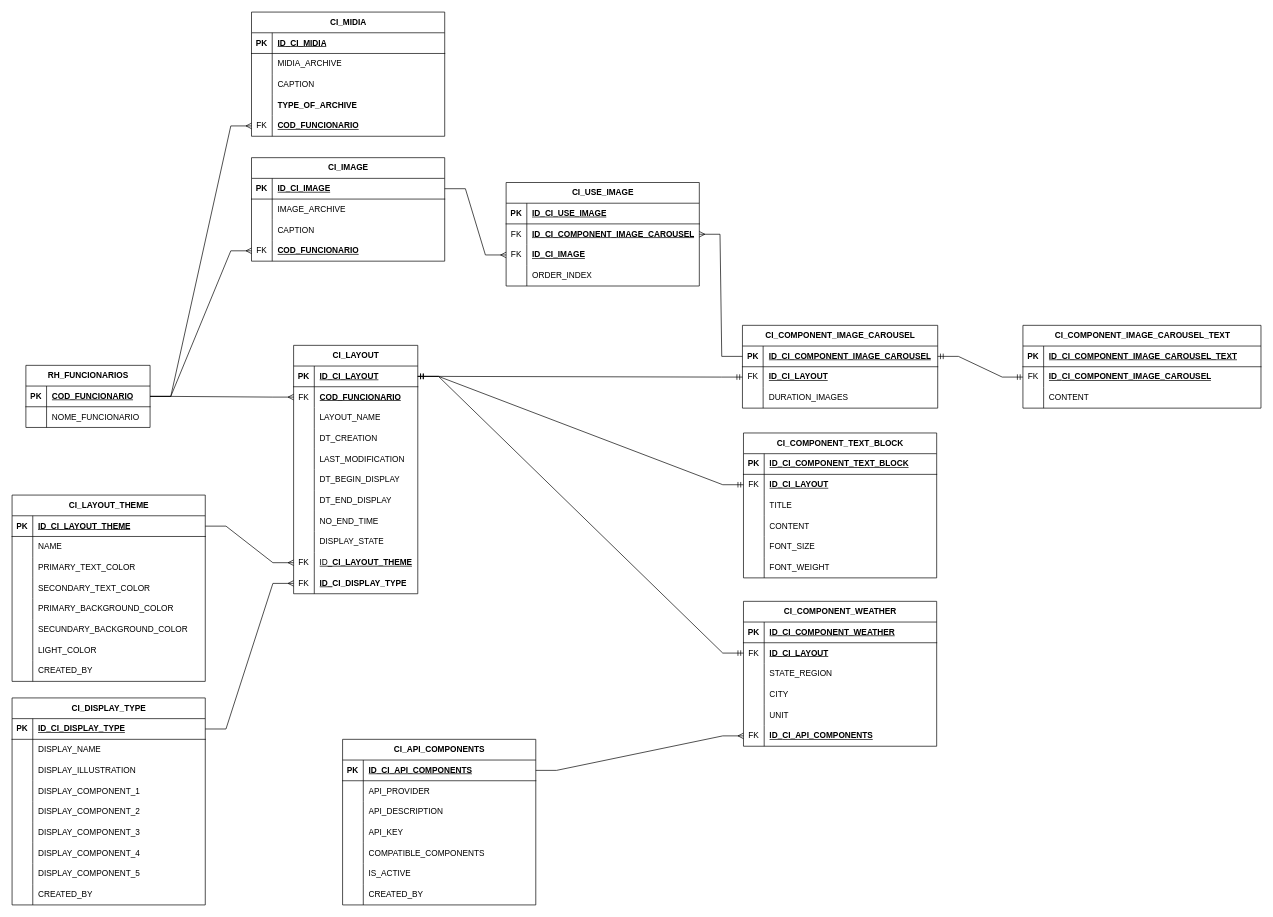
The draw.io diagram publicidade_sistem/Diagrama_Publicidade_SEMAE.drawio in giovaniGuidetti/PHP_with_docker, before the edit. Source tidied: cells renumbered, new cells numbered last; positions are measured from the earlier drawing's top-left corner, leaving out a move shared by most shapes. Both pictures are drawn from the tidied source at 69%, with x=0, y=0 at pixel (12, 12).
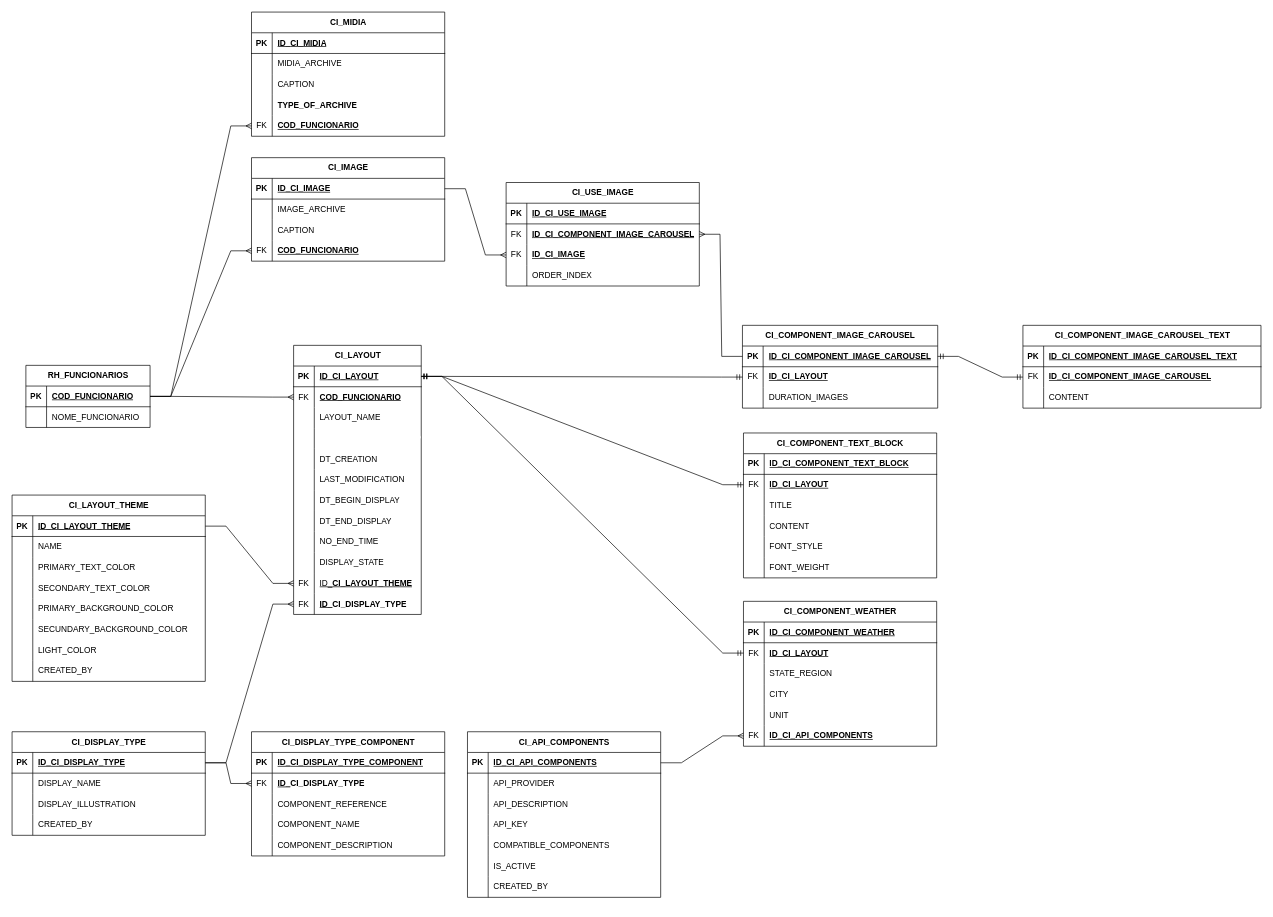
The same page after the edit.

Commit message (it also covers changes not shown here):
Mudanças publicidade

The change refers to these unchanged cells:
```xml
<mxCell id="130" style="shape=tableRow;horizontal=0;startSize=0;swimlaneHead=0;swimlaneBody=0;fillColor=none;top=0;left=0;right=0;bottom=0;" parent="117" vertex="1">
  <mxGeometry y="150" width="280" height="30" as="geometry" />
</mxCell>
<mxCell id="202" style="shape=tableRow;horizontal=0;startSize=0;swimlaneHead=0;swimlaneBody=0;fillColor=none;points=[[0,0.5],[1,0.5]];portConstraint=eastwest;top=0;left=0;right=0;bottom=1;" parent="201" vertex="1">
  <mxGeometry y="30" width="280" height="30" as="geometry" />
</mxCell>
```

What changed in the source:
```diff
@@
     <mxCell id="2" value="CI_LAYOUT" style="shape=table;startSize=30;childLayout=tableLayout;rowLines=0;fontStyle=1;align=center;html=1;" parent="1" vertex="1">
-      <mxGeometry x="408" y="483" width="180" height="360" as="geometry" />
+      <mxGeometry x="408" y="483" width="185" height="390" as="geometry" />
     </mxCell>
     <mxCell id="3" style="shape=tableRow;horizontal=0;startSize=0;swimlaneHead=0;swimlaneBody=0;fillColor=none;points=[[0,0.5],[1,0.5]];portConstraint=eastwest;top=0;left=0;right=0;bottom=1;" parent="2" vertex="1">
-      <mxGeometry y="30" width="180" height="30" as="geometry" />
+      <mxGeometry y="30" width="185" height="30" as="geometry" />
     </mxCell>
@@
     <mxCell id="5" value="ID_CI_LAYOUT" style="shape=partialRectangle;fillColor=none;top=0;left=0;bottom=0;right=0;align=left;spacingLeft=6;fontStyle=5;overflow=hidden;whiteSpace=wrap;html=1;" parent="3" vertex="1">
-      <mxGeometry x="30" width="150" height="30" as="geometry" />
+      <mxGeometry x="30" width="155" height="30" as="geometry" />
     </mxCell>
     <mxCell id="6" style="shape=tableRow;horizontal=0;startSize=0;swimlaneHead=0;swimlaneBody=0;fillColor=none;points=[[0,0.5],[1,0.5]];portConstraint=eastwest;top=0;left=0;right=0;bottom=0;" parent="2" vertex="1">
-      <mxGeometry y="60" width="180" height="30" as="geometry" />
+      <mxGeometry y="60" width="185" height="30" as="geometry" />
     </mxCell>
@@
     <mxCell id="8" value="&lt;span style=&quot;font-weight: 700; text-decoration-line: underline;&quot;&gt;COD_FUNCIONARIO&lt;/span&gt;" style="shape=partialRectangle;fillColor=none;top=0;left=0;bottom=0;right=0;align=left;spacingLeft=6;fontStyle=0;overflow=hidden;whiteSpace=wrap;html=1;" parent="6" vertex="1">
-      <mxGeometry x="30" width="150" height="30" as="geometry" />
+      <mxGeometry x="30" width="155" height="30" as="geometry" />
     </mxCell>
     <mxCell id="9" style="shape=tableRow;horizontal=0;startSize=0;swimlaneHead=0;swimlaneBody=0;fillColor=none;top=0;left=0;right=0;bottom=0;" parent="2" vertex="1">
-      <mxGeometry y="90" width="180" height="30" as="geometry" />
+      <mxGeometry y="90" width="185" height="30" as="geometry" />
     </mxCell>
@@
     <mxCell id="11" value="LAYOUT_NAME" style="shape=partialRectangle;fillColor=none;top=0;left=0;bottom=0;right=0;align=left;spacingLeft=6;overflow=hidden;whiteSpace=wrap;html=1;" parent="9" vertex="1">
-      <mxGeometry x="30" width="150" height="30" as="geometry" />
+      <mxGeometry x="30" width="155" height="30" as="geometry" />
     </mxCell>
+    <mxCell id="230" style="shape=tableRow;horizontal=0;startSize=0;swimlaneHead=0;swimlaneBody=0;fillColor=none;top=0;left=0;right=0;bottom=0;" parent="2" vertex="1">
+      <mxGeometry y="120" width="185" height="30" as="geometry" />
+    </mxCell>
+    <mxCell id="231" style="shape=partialRectangle;fillColor=none;top=0;left=0;bottom=0;right=0;overflow=hidden;whiteSpace=wrap;html=1;" parent="230" vertex="1">
+      <mxGeometry width="30" height="30" as="geometry" />
+    </mxCell>
+    <mxCell id="232" value="&lt;div style=&quot;font-family: Consolas, &amp;quot;Courier New&amp;quot;, monospace; font-size: 14px; line-height: 19px; white-space: pre;&quot;&gt;&lt;span&gt;&lt;font style=&quot;color: rgb(255, 255, 255); line-height: 120%;&quot;&gt;LAYOUT_DESCRIPTION&lt;/font&gt;&lt;/span&gt;&lt;/div&gt;" style="shape=partialRectangle;fillColor=none;top=0;left=0;bottom=0;right=0;align=left;spacingLeft=6;overflow=hidden;whiteSpace=wrap;html=1;" parent="230" vertex="1">
+      <mxGeometry x="30" width="155" height="30" as="geometry" />
+    </mxCell>
     <mxCell id="12" style="shape=tableRow;horizontal=0;startSize=0;swimlaneHead=0;swimlaneBody=0;fillColor=none;top=0;left=0;right=0;bottom=0;" parent="2" vertex="1">
-      <mxGeometry y="120" width="180" height="30" as="geometry" />
+      <mxGeometry y="150" width="185" height="30" as="geometry" />
     </mxCell>
@@
     <mxCell id="14" value="DT_CREATION" style="shape=partialRectangle;fillColor=none;top=0;left=0;bottom=0;right=0;align=left;spacingLeft=6;overflow=hidden;whiteSpace=wrap;html=1;" parent="12" vertex="1">
-      <mxGeometry x="30" width="150" height="30" as="geometry" />
+      <mxGeometry x="30" width="155" height="30" as="geometry" />
     </mxCell>
     <mxCell id="15" style="shape=tableRow;horizontal=0;startSize=0;swimlaneHead=0;swimlaneBody=0;fillColor=none;top=0;left=0;right=0;bottom=0;" parent="2" vertex="1">
-      <mxGeometry y="150" width="180" height="30" as="geometry" />
+      <mxGeometry y="180" width="185" height="30" as="geometry" />
     </mxCell>
@@
     <mxCell id="17" value="LAST_MODIFICATION" style="shape=partialRectangle;fillColor=none;top=0;left=0;bottom=0;right=0;align=left;spacingLeft=6;overflow=hidden;whiteSpace=wrap;html=1;" parent="15" vertex="1">
-      <mxGeometry x="30" width="150" height="30" as="geometry" />
+      <mxGeometry x="30" width="155" height="30" as="geometry" />
     </mxCell>
     <mxCell id="18" style="shape=tableRow;horizontal=0;startSize=0;swimlaneHead=0;swimlaneBody=0;fillColor=none;top=0;left=0;right=0;bottom=0;" parent="2" vertex="1">
-      <mxGeometry y="180" width="180" height="30" as="geometry" />
+      <mxGeometry y="210" width="185" height="30" as="geometry" />
     </mxCell>
@@
     <mxCell id="20" value="DT_BEGIN_DISPLAY" style="shape=partialRectangle;fillColor=none;top=0;left=0;bottom=0;right=0;align=left;spacingLeft=6;overflow=hidden;whiteSpace=wrap;html=1;" parent="18" vertex="1">
-      <mxGeometry x="30" width="150" height="30" as="geometry" />
+      <mxGeometry x="30" width="155" height="30" as="geometry" />
     </mxCell>
     <mxCell id="21" style="shape=tableRow;horizontal=0;startSize=0;swimlaneHead=0;swimlaneBody=0;fillColor=none;top=0;left=0;right=0;bottom=0;" parent="2" vertex="1">
-      <mxGeometry y="210" width="180" height="30" as="geometry" />
+      <mxGeometry y="240" width="185" height="30" as="geometry" />
     </mxCell>
@@
     <mxCell id="23" value="DT_END_DISPLAY" style="shape=partialRectangle;fillColor=none;top=0;left=0;bottom=0;right=0;align=left;spacingLeft=6;overflow=hidden;whiteSpace=wrap;html=1;" parent="21" vertex="1">
-      <mxGeometry x="30" width="150" height="30" as="geometry" />
+      <mxGeometry x="30" width="155" height="30" as="geometry" />
     </mxCell>
     <mxCell id="24" style="shape=tableRow;horizontal=0;startSize=0;swimlaneHead=0;swimlaneBody=0;fillColor=none;top=0;left=0;right=0;bottom=0;" parent="2" vertex="1">
-      <mxGeometry y="240" width="180" height="30" as="geometry" />
+      <mxGeometry y="270" width="185" height="30" as="geometry" />
     </mxCell>
@@
     <mxCell id="26" value="NO_END_TIME" style="shape=partialRectangle;fillColor=none;top=0;left=0;bottom=0;right=0;align=left;spacingLeft=6;overflow=hidden;whiteSpace=wrap;html=1;" parent="24" vertex="1">
-      <mxGeometry x="30" width="150" height="30" as="geometry" />
+      <mxGeometry x="30" width="155" height="30" as="geometry" />
     </mxCell>
     <mxCell id="27" style="shape=tableRow;horizontal=0;startSize=0;swimlaneHead=0;swimlaneBody=0;fillColor=none;top=0;left=0;right=0;bottom=0;" parent="2" vertex="1">
-      <mxGeometry y="270" width="180" height="30" as="geometry" />
+      <mxGeometry y="300" width="185" height="30" as="geometry" />
     </mxCell>
@@
     <mxCell id="29" value="DISPLAY_STATE" style="shape=partialRectangle;fillColor=none;top=0;left=0;bottom=0;right=0;align=left;spacingLeft=6;overflow=hidden;whiteSpace=wrap;html=1;" parent="27" vertex="1">
-      <mxGeometry x="30" width="150" height="30" as="geometry" />
+      <mxGeometry x="30" width="155" height="30" as="geometry" />
     </mxCell>
     <mxCell id="30" style="shape=tableRow;horizontal=0;startSize=0;swimlaneHead=0;swimlaneBody=0;fillColor=none;points=[[0,0.5],[1,0.5]];portConstraint=eastwest;top=0;left=0;right=0;bottom=0;" parent="2" vertex="1">
-      <mxGeometry y="300" width="180" height="30" as="geometry" />
+      <mxGeometry y="330" width="185" height="30" as="geometry" />
     </mxCell>
@@
     <mxCell id="32" value="&lt;u&gt;ID_&lt;span style=&quot;text-wrap-mode: nowrap; font-weight: 700; text-align: center;&quot;&gt;CI_LAYOUT_THEME&lt;/span&gt;&lt;/u&gt;" style="shape=partialRectangle;fillColor=none;top=0;left=0;bottom=0;right=0;align=left;spacingLeft=6;overflow=hidden;whiteSpace=wrap;html=1;" parent="30" vertex="1">
-      <mxGeometry x="30" width="150" height="30" as="geometry" />
+      <mxGeometry x="30" width="155" height="30" as="geometry" />
     </mxCell>
     <mxCell id="33" style="shape=tableRow;horizontal=0;startSize=0;swimlaneHead=0;swimlaneBody=0;fillColor=none;points=[[0,0.5],[1,0.5]];portConstraint=eastwest;top=0;left=0;right=0;bottom=0;" parent="2" vertex="1">
-      <mxGeometry y="330" width="180" height="30" as="geometry" />
+      <mxGeometry y="360" width="185" height="30" as="geometry" />
     </mxCell>
@@
     <mxCell id="35" value="&lt;span style=&quot;font-weight: 700; text-decoration-line: underline;&quot;&gt;ID_&lt;/span&gt;&lt;span style=&quot;font-weight: 700; text-wrap-mode: nowrap; text-align: center;&quot;&gt;CI_DISPLAY_TYPE&lt;/span&gt;" style="shape=partialRectangle;fillColor=none;top=0;left=0;bottom=0;right=0;align=left;spacingLeft=6;fontStyle=0;overflow=hidden;whiteSpace=wrap;html=1;" parent="33" vertex="1">
-      <mxGeometry x="30" width="150" height="30" as="geometry" />
+      <mxGeometry x="30" width="155" height="30" as="geometry" />
     </mxCell>
@@
-    <mxCell id="132" value="FONT_SIZE" style="shape=partialRectangle;fillColor=none;top=0;left=0;bottom=0;right=0;align=left;spacingLeft=6;overflow=hidden;whiteSpace=wrap;html=1;" parent="130" vertex="1">
+    <mxCell id="132" value="FONT_STYLE" style="shape=partialRectangle;fillColor=none;top=0;left=0;bottom=0;right=0;align=left;spacingLeft=6;overflow=hidden;whiteSpace=wrap;html=1;" parent="130" vertex="1">
       <mxGeometry x="30" width="250" height="30" as="geometry" />
     </mxCell>
@@
     <mxCell id="177" value="CI_API_COMPONENTS" style="shape=table;startSize=30;childLayout=tableLayout;rowLines=0;fontStyle=1;align=center;html=1;" parent="1" vertex="1">
-      <mxGeometry x="479" y="1054" width="280" height="240" as="geometry" />
+      <mxGeometry x="660" y="1043" width="280" height="240" as="geometry" />
     </mxCell>
@@
     <mxCell id="201" value="CI_DISPLAY_TYPE" style="shape=table;startSize=30;childLayout=tableLayout;rowLines=0;fontStyle=1;align=center;html=1;" parent="1" vertex="1">
-      <mxGeometry y="994" width="280" height="300" as="geometry" />
+      <mxGeometry y="1043" width="280" height="150.1" as="geometry" />
     </mxCell>
@@
-    <mxCell id="211" style="shape=tableRow;horizontal=0;startSize=0;swimlaneHead=0;swimlaneBody=0;fillColor=none;top=0;left=0;right=0;bottom=0;" parent="201" vertex="1">
-      <mxGeometry y="120" width="280" height="30" as="geometry" />
-    </mxCell>
-    <mxCell id="212" style="shape=partialRectangle;fillColor=none;top=0;left=0;bottom=0;right=0;overflow=hidden;whiteSpace=wrap;html=1;" parent="211" vertex="1">
-      <mxGeometry width="30" height="30" as="geometry" />
-    </mxCell>
-    <mxCell id="213" value="DISPLAY_COMPONENT_1" style="shape=partialRectangle;fillColor=none;top=0;left=0;bottom=0;right=0;align=left;spacingLeft=6;overflow=hidden;whiteSpace=wrap;html=1;" parent="211" vertex="1">
-      <mxGeometry x="30" width="250" height="30" as="geometry" />
-    </mxCell>
-    <mxCell id="214" style="shape=tableRow;horizontal=0;startSize=0;swimlaneHead=0;swimlaneBody=0;fillColor=none;top=0;left=0;right=0;bottom=0;" parent="201" vertex="1">
-      <mxGeometry y="150" width="280" height="30" as="geometry" />
-    </mxCell>
-    <mxCell id="215" style="shape=partialRectangle;fillColor=none;top=0;left=0;bottom=0;right=0;overflow=hidden;whiteSpace=wrap;html=1;" parent="214" vertex="1">
-      <mxGeometry width="30" height="30" as="geometry" />
-    </mxCell>
-    <mxCell id="216" value="DISPLAY_COMPONENT_2" style="shape=partialRectangle;fillColor=none;top=0;left=0;bottom=0;right=0;align=left;spacingLeft=6;overflow=hidden;whiteSpace=wrap;html=1;" parent="214" vertex="1">
-      <mxGeometry x="30" width="250" height="30" as="geometry" />
-    </mxCell>
-    <mxCell id="217" style="shape=tableRow;horizontal=0;startSize=0;swimlaneHead=0;swimlaneBody=0;fillColor=none;top=0;left=0;right=0;bottom=0;" parent="201" vertex="1">
-      <mxGeometry y="180" width="280" height="30" as="geometry" />
-    </mxCell>
-    <mxCell id="218" style="shape=partialRectangle;fillColor=none;top=0;left=0;bottom=0;right=0;overflow=hidden;whiteSpace=wrap;html=1;" parent="217" vertex="1">
-      <mxGeometry width="30" height="30" as="geometry" />
-    </mxCell>
-    <mxCell id="219" value="DISPLAY_COMPONENT_3" style="shape=partialRectangle;fillColor=none;top=0;left=0;bottom=0;right=0;align=left;spacingLeft=6;overflow=hidden;whiteSpace=wrap;html=1;" parent="217" vertex="1">
-      <mxGeometry x="30" width="250" height="30" as="geometry" />
-    </mxCell>
-    <mxCell id="220" style="shape=tableRow;horizontal=0;startSize=0;swimlaneHead=0;swimlaneBody=0;fillColor=none;top=0;left=0;right=0;bottom=0;" parent="201" vertex="1">
-      <mxGeometry y="210" width="280" height="30" as="geometry" />
-    </mxCell>
-    <mxCell id="221" style="shape=partialRectangle;fillColor=none;top=0;left=0;bottom=0;right=0;overflow=hidden;whiteSpace=wrap;html=1;" parent="220" vertex="1">
-      <mxGeometry width="30" height="30" as="geometry" />
-    </mxCell>
-    <mxCell id="222" value="DISPLAY_COMPONENT_4" style="shape=partialRectangle;fillColor=none;top=0;left=0;bottom=0;right=0;align=left;spacingLeft=6;overflow=hidden;whiteSpace=wrap;html=1;" parent="220" vertex="1">
-      <mxGeometry x="30" width="250" height="30" as="geometry" />
-    </mxCell>
-    <mxCell id="223" style="shape=tableRow;horizontal=0;startSize=0;swimlaneHead=0;swimlaneBody=0;fillColor=none;top=0;left=0;right=0;bottom=0;" parent="201" vertex="1">
-      <mxGeometry y="240" width="280" height="30" as="geometry" />
-    </mxCell>
-    <mxCell id="224" style="shape=partialRectangle;fillColor=none;top=0;left=0;bottom=0;right=0;overflow=hidden;whiteSpace=wrap;html=1;" parent="223" vertex="1">
-      <mxGeometry width="30" height="30" as="geometry" />
-    </mxCell>
-    <mxCell id="225" value="DISPLAY_COMPONENT_5" style="shape=partialRectangle;fillColor=none;top=0;left=0;bottom=0;right=0;align=left;spacingLeft=6;overflow=hidden;whiteSpace=wrap;html=1;" parent="223" vertex="1">
-      <mxGeometry x="30" width="250" height="30" as="geometry" />
-    </mxCell>
-    <mxCell id="226" style="shape=tableRow;horizontal=0;startSize=0;swimlaneHead=0;swimlaneBody=0;fillColor=none;top=0;left=0;right=0;bottom=0;" parent="201" vertex="1">
-      <mxGeometry y="270" width="280" height="30" as="geometry" />
-    </mxCell>
-    <mxCell id="227" style="shape=partialRectangle;fillColor=none;top=0;left=0;bottom=0;right=0;overflow=hidden;whiteSpace=wrap;html=1;" parent="226" vertex="1">
-      <mxGeometry width="30" height="30" as="geometry" />
-    </mxCell>
+    <mxCell id="233" style="shape=tableRow;horizontal=0;startSize=0;swimlaneHead=0;swimlaneBody=0;fillColor=none;top=0;left=0;right=0;bottom=0;" parent="201" vertex="1">
+      <mxGeometry y="120" width="280" height="30" as="geometry" />
+    </mxCell>
+    <mxCell id="234" style="shape=partialRectangle;fillColor=none;top=0;left=0;bottom=0;right=0;overflow=hidden;whiteSpace=wrap;html=1;" parent="233" vertex="1">
+      <mxGeometry width="30" height="30" as="geometry" />
+    </mxCell>
-    <mxCell id="228" value="CREATED_BY" style="shape=partialRectangle;fillColor=none;top=0;left=0;bottom=0;right=0;align=left;spacingLeft=6;overflow=hidden;whiteSpace=wrap;html=1;" parent="226" vertex="1">
+    <mxCell id="228" value="CREATED_BY" style="shape=partialRectangle;fillColor=none;top=0;left=0;bottom=0;right=0;align=left;spacingLeft=6;overflow=hidden;whiteSpace=wrap;html=1;" parent="233" vertex="1">
       <mxGeometry x="30" width="250" height="30" as="geometry" />
     </mxCell>
@@
+    <mxCell id="235" value="CI_DISPLAY_TYPE_COMPONENT" style="shape=table;startSize=30;childLayout=tableLayout;rowLines=0;fontStyle=1;align=center;html=1;" parent="1" vertex="1">
+      <mxGeometry x="347" y="1043" width="280" height="180" as="geometry" />
+    </mxCell>
+    <mxCell id="236" style="shape=tableRow;horizontal=0;startSize=0;swimlaneHead=0;swimlaneBody=0;fillColor=none;top=0;left=0;right=0;bottom=1;" parent="235" vertex="1">
+      <mxGeometry y="30" width="280" height="30" as="geometry" />
+    </mxCell>
+    <mxCell id="237" value="PK" style="shape=partialRectangle;fillColor=none;top=0;left=0;bottom=0;right=0;fontStyle=1;overflow=hidden;whiteSpace=wrap;html=1;" parent="236" vertex="1">
+      <mxGeometry width="30" height="30" as="geometry" />
+    </mxCell>
+    <mxCell id="238" value="ID_&lt;span style=&quot;text-align: center; text-wrap-mode: nowrap;&quot;&gt;CI_DISPLAY_TYPE_COMPONENT&lt;/span&gt;" style="shape=partialRectangle;fillColor=none;top=0;left=0;bottom=0;right=0;align=left;spacingLeft=6;fontStyle=5;overflow=hidden;whiteSpace=wrap;html=1;" parent="236" vertex="1">
+      <mxGeometry x="30" width="250" height="30" as="geometry" />
+    </mxCell>
+    <mxCell id="239" style="shape=tableRow;horizontal=0;startSize=0;swimlaneHead=0;swimlaneBody=0;fillColor=none;points=[[0,0.5],[1,0.5]];portConstraint=eastwest;top=0;left=0;right=0;bottom=0;" parent="235" vertex="1">
+      <mxGeometry y="60" width="280" height="30" as="geometry" />
+    </mxCell>
+    <mxCell id="240" value="FK" style="shape=partialRectangle;fillColor=none;top=0;left=0;bottom=0;right=0;overflow=hidden;whiteSpace=wrap;html=1;" parent="239" vertex="1">
+      <mxGeometry width="30" height="30" as="geometry" />
+    </mxCell>
+    <mxCell id="241" value="&lt;span style=&quot;font-weight: 700; text-decoration-line: underline;&quot;&gt;ID_&lt;/span&gt;&lt;span style=&quot;font-weight: 700; text-wrap-mode: nowrap; text-align: center;&quot;&gt;CI_DISPLAY_TYPE&lt;/span&gt;" style="shape=partialRectangle;fillColor=none;top=0;left=0;bottom=0;right=0;align=left;spacingLeft=6;overflow=hidden;whiteSpace=wrap;html=1;" parent="239" vertex="1">
+      <mxGeometry x="30" width="250" height="30" as="geometry" />
+    </mxCell>
+    <mxCell id="242" style="shape=tableRow;horizontal=0;startSize=0;swimlaneHead=0;swimlaneBody=0;fillColor=none;top=0;left=0;right=0;bottom=0;" parent="235" vertex="1">
+      <mxGeometry y="90" width="280" height="30" as="geometry" />
+    </mxCell>
+    <mxCell id="243" style="shape=partialRectangle;fillColor=none;top=0;left=0;bottom=0;right=0;overflow=hidden;whiteSpace=wrap;html=1;" parent="242" vertex="1">
+      <mxGeometry width="30" height="30" as="geometry" />
+    </mxCell>
+    <mxCell id="244" value="COMPONENT_REFERENCE" style="shape=partialRectangle;fillColor=none;top=0;left=0;bottom=0;right=0;align=left;spacingLeft=6;overflow=hidden;whiteSpace=wrap;html=1;" parent="242" vertex="1">
+      <mxGeometry x="30" width="250" height="30" as="geometry" />
+    </mxCell>
+    <mxCell id="245" style="shape=tableRow;horizontal=0;startSize=0;swimlaneHead=0;swimlaneBody=0;fillColor=none;top=0;left=0;right=0;bottom=0;" parent="235" vertex="1">
+      <mxGeometry y="120" width="280" height="30" as="geometry" />
+    </mxCell>
+    <mxCell id="246" style="shape=partialRectangle;fillColor=none;top=0;left=0;bottom=0;right=0;overflow=hidden;whiteSpace=wrap;html=1;" parent="245" vertex="1">
+      <mxGeometry width="30" height="30" as="geometry" />
+    </mxCell>
+    <mxCell id="247" value="COMPONENT_NAME" style="shape=partialRectangle;fillColor=none;top=0;left=0;bottom=0;right=0;align=left;spacingLeft=6;overflow=hidden;whiteSpace=wrap;html=1;" parent="245" vertex="1">
+      <mxGeometry x="30" width="250" height="30" as="geometry" />
+    </mxCell>
+    <mxCell id="214" style="shape=tableRow;horizontal=0;startSize=0;swimlaneHead=0;swimlaneBody=0;fillColor=none;top=0;left=0;right=0;bottom=0;" parent="235" vertex="1">
+      <mxGeometry y="150" width="280" height="30" as="geometry" />
+    </mxCell>
+    <mxCell id="248" style="shape=partialRectangle;fillColor=none;top=0;left=0;bottom=0;right=0;overflow=hidden;whiteSpace=wrap;html=1;" parent="214" vertex="1">
+      <mxGeometry width="30" height="30" as="geometry" />
+    </mxCell>
+    <mxCell id="249" value="COMPONENT_DESCRIPTION" style="shape=partialRectangle;fillColor=none;top=0;left=0;bottom=0;right=0;align=left;spacingLeft=6;overflow=hidden;whiteSpace=wrap;html=1;" parent="214" vertex="1">
+      <mxGeometry x="30" width="250" height="30" as="geometry" />
+    </mxCell>
+    <mxCell id="250" style="edgeStyle=entityRelationEdgeStyle;fontSize=12;html=1;endArrow=ERmany;rounded=0;entryX=0;entryY=0.5;entryDx=0;entryDy=0;exitX=1;exitY=0.5;exitDx=0;exitDy=0;" parent="1" edge="1" source="202" target="239">
+      <mxGeometry relative="1" as="geometry" />
+    </mxCell>
```
